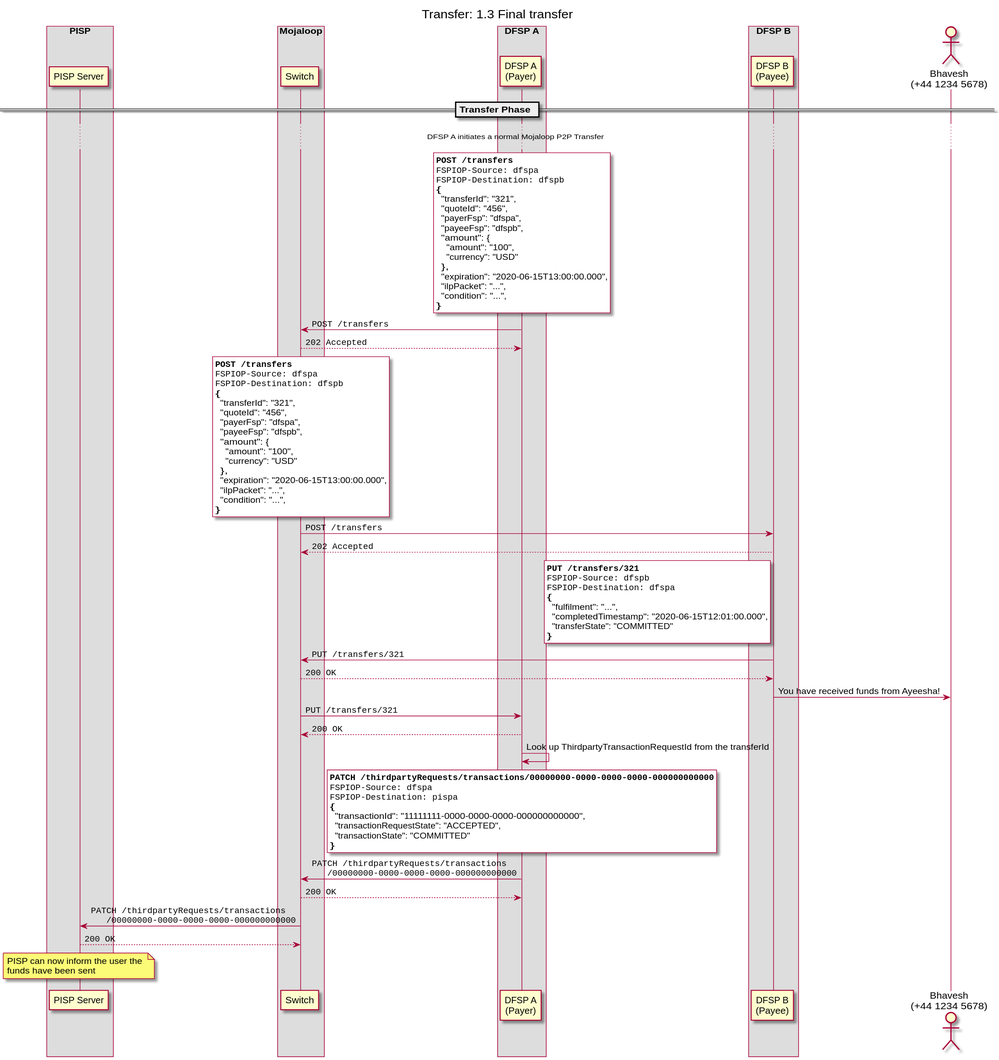
Above: docs/out/transfer/1-3-transfer.svg in mojaloop/pisp-project (PlantUML), before the change. Its source is kept beside it as docs/transfer/1-3-transfer.puml. Its diagram source:
```plantuml
@startuml

title Transfer: 1.3 Final transfer

box "PISP"
participant "PISP Server" as D1
end box
box "Mojaloop"
    participant Switch as S
end box
box "DFSP A"
    participant "DFSP A\n(Payer)" as D2
end box
box "DFSP B"
    participant "DFSP B\n(Payee)" as D3
end box
actor "Bhavesh\n(+44 1234 5678)" as CB


== Transfer Phase ==

... DFSP A initiates a normal Mojaloop P2P Transfer ...

rnote over D2 #Light
**""POST /transfers""**
""FSPIOP-Source: dfspa""
""FSPIOP-Destination: dfspb""
{
  "transferId": "321",
  "quoteId": "456",
  "payerFsp": "dfspa",
  "payeeFsp": "dfspb",
  "amount": {
    "amount": "100",
    "currency": "USD"
  },
  "expiration": "2020-06-15T13:00:00.000",
  "ilpPacket": "...",
  "condition": "...",
}
end note
D2 -> S: ""POST /transfers""
S --> D2: ""202 Accepted""

rnote over S #Light
**""POST /transfers""**
""FSPIOP-Source: dfspa""
""FSPIOP-Destination: dfspb""
{
  "transferId": "321",
  "quoteId": "456",
  "payerFsp": "dfspa",
  "payeeFsp": "dfspb",
  "amount": {
    "amount": "100",
    "currency": "USD"
  },
  "expiration": "2020-06-15T13:00:00.000",
  "ilpPacket": "...",
  "condition": "...",
}
end note
S -> D3: ""POST /transfers""
D3 --> S: ""202 Accepted""

rnote left of D3 #Light
**""PUT /transfers/321""**
""FSPIOP-Source: dfspb""
""FSPIOP-Destination: dfspa""
{
  "fulfilment": "...",
  "completedTimestamp": "2020-06-15T12:01:00.000",
  "transferState": "COMMITTED"
}
end note
D3 -> S: ""PUT /transfers/321""
S --> D3: ""200 OK""
D3 -> CB: You have received funds from Ayeesha!
S -> D2: ""PUT /transfers/321""
D2 --> S: ""200 OK""


D2 -> D2: Look up ThirdpartyTransactionRequestId from the transferId

rnote over D2 #Light
**""PATCH /thirdpartyRequests/transactions/00000000-0000-0000-0000-000000000000""**
""FSPIOP-Source: dfspa""
""FSPIOP-Destination: pispa""
{
  "transactionId": "11111111-0000-0000-0000-000000000000",
  "transactionRequestState": "ACCEPTED",
  "transactionState": "COMMITTED"
}
end note
D2 -> S: ""PATCH /thirdpartyRequests/transactions""\n""   /00000000-0000-0000-0000-000000000000""
S --> D2: ""200 OK""

S -> D1: ""PATCH /thirdpartyRequests/transactions""\n""   /00000000-0000-0000-0000-000000000000""
D1 --> S: ""200 OK""

note over D1
  PISP can now inform the user the
  funds have been sent
end note

@enduml
```
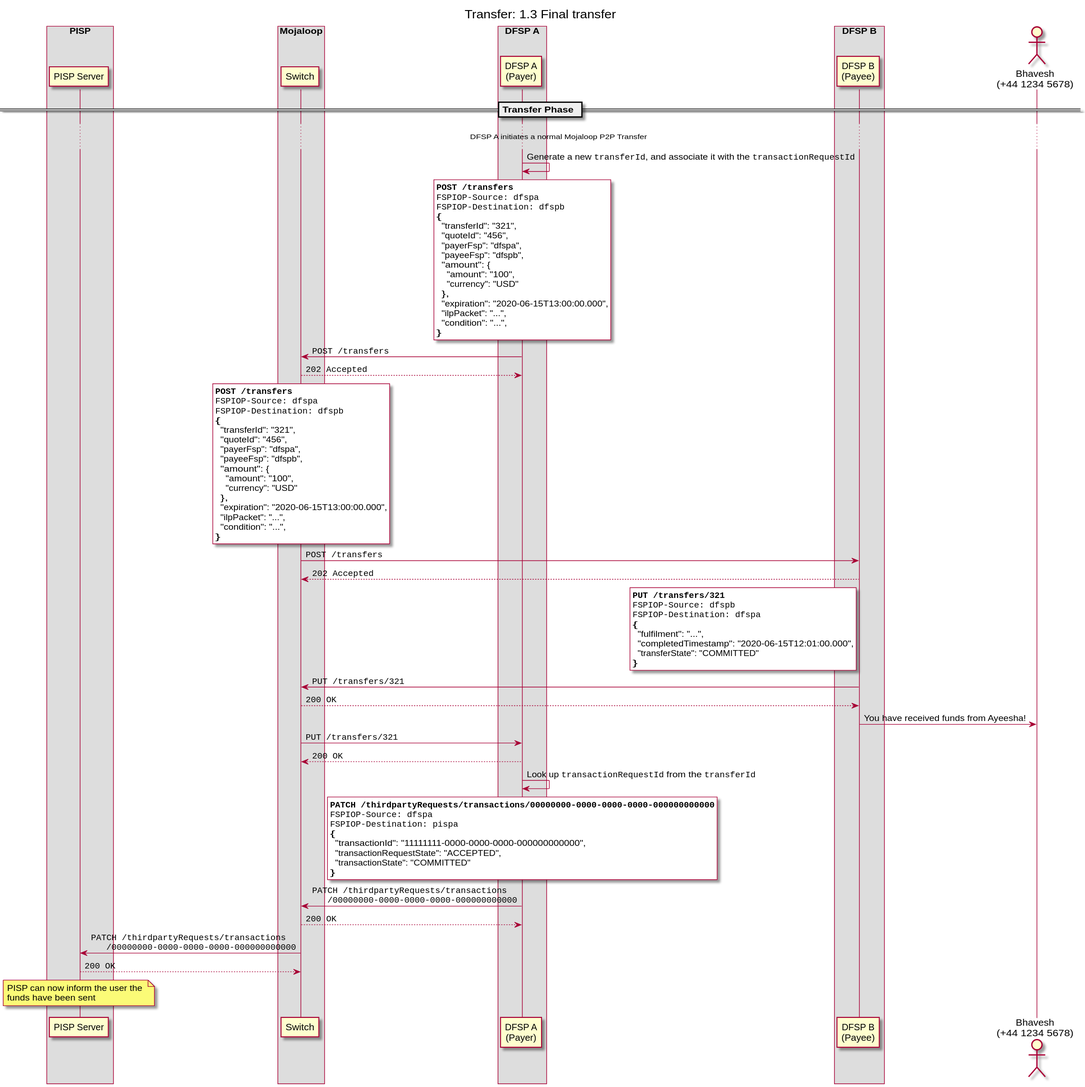
The same diagram one commit later.

The edit, as a diff of the source:
```diff
@@ -20,6 +20,8 @@
 == Transfer Phase ==
 
 ... DFSP A initiates a normal Mojaloop P2P Transfer ...
+
+D2 -> D2: Generate a new ""transferId"", and associate it with the ""transactionRequestId""
 
 rnote over D2 #Light
 **""POST /transfers""**
@@ -80,7 +82,7 @@
 D2 --> S: ""200 OK""
 
 
-D2 -> D2: Look up ThirdpartyTransactionRequestId from the transferId
+D2 -> D2: Look up ""transactionRequestId"" from the ""transferId""
 
 rnote over D2 #Light
 **""PATCH /thirdpartyRequests/transactions/00000000-0000-0000-0000-000000000000""**
```
